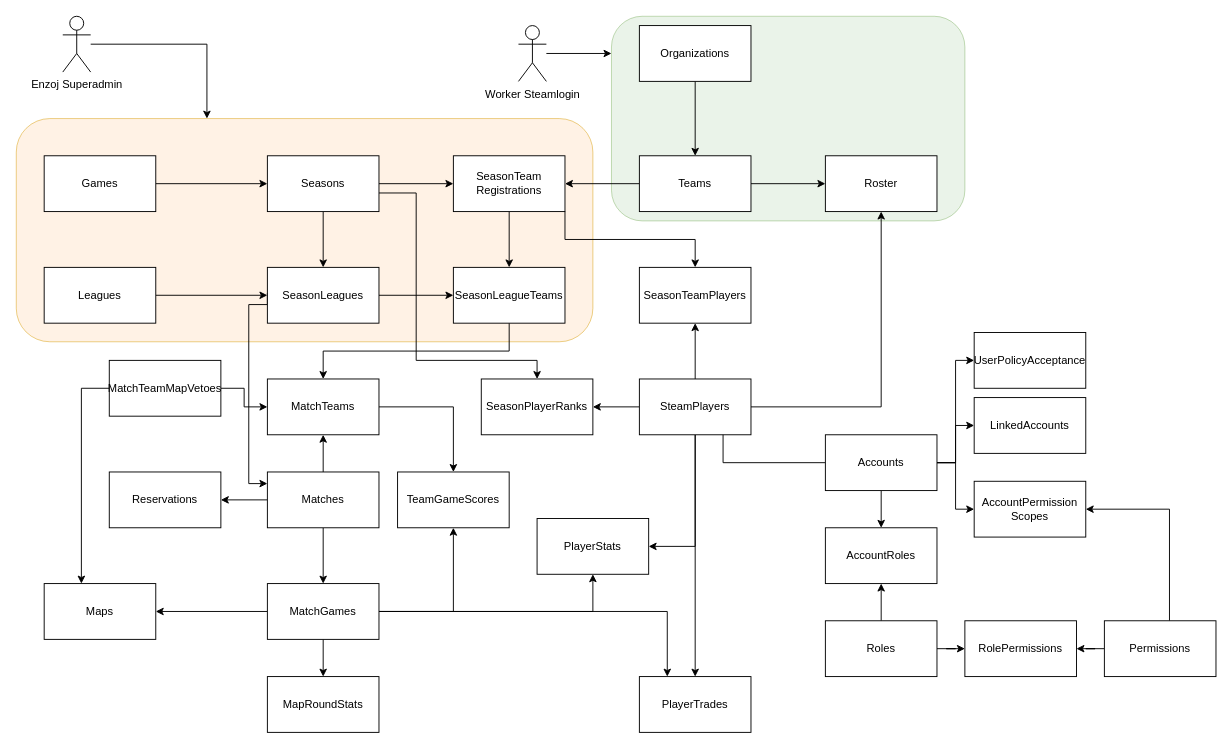
Above: docs/kanastats.drawio in sebazai/eggosystem (draw.io), before the change. Source tidied: cells renumbered, new cells numbered last; positions are measured from the earlier drawing's top-left corner, leaving out a move shared by most shapes. Both pictures are drawn from the tidied source at 93%, with x=0, y=0 at pixel (16, 16).
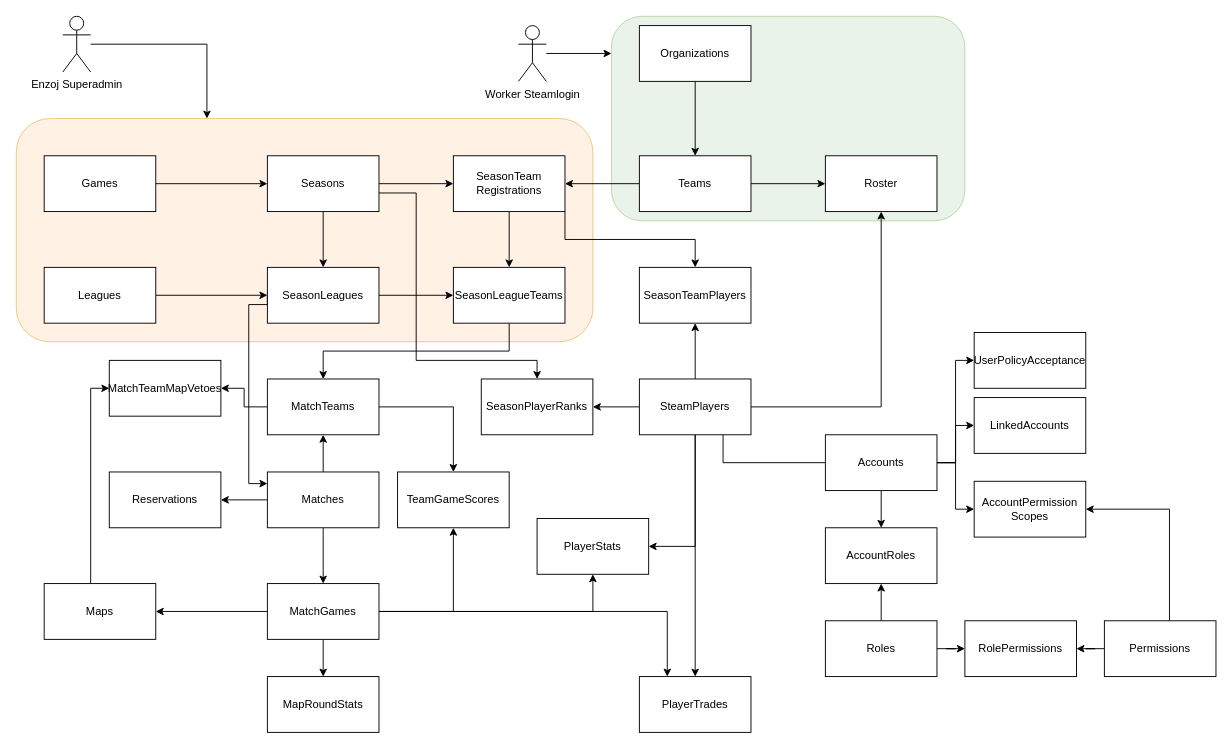
The same diagram, later.

Unchanged cells that the change refers to:
```xml
<mxCell id="42" value="MatchTeams" style="rounded=0;whiteSpace=wrap;html=1;" parent="1" vertex="1">
  <mxGeometry x="270" y="390" width="120" height="60" as="geometry" />
</mxCell>
<mxCell id="51" value="MatchTeamMapVetoes" style="rounded=0;whiteSpace=wrap;html=1;" parent="1" vertex="1">
  <mxGeometry x="100" y="370" width="120" height="60" as="geometry" />
</mxCell>
<mxCell id="52" value="Maps" style="rounded=0;whiteSpace=wrap;html=1;" parent="1" vertex="1">
  <mxGeometry x="30" y="610" width="120" height="60" as="geometry" />
</mxCell>
```

What changed in the source:
```diff
@@
+    <mxCell id="76" style="edgeStyle=orthogonalEdgeStyle;rounded=0;jettySize=auto;html=1;" parent="1" edge="1" source="42" target="51">
+      <mxGeometry relative="1" as="geometry" />
+    </mxCell>
@@
-    <mxCell id="49" style="edgeStyle=orthogonalEdgeStyle;rounded=0;jettySize=auto;html=1;" parent="1" edge="1" source="51" target="52">
-      <mxGeometry relative="1" as="geometry">
-        <Array as="points">
-          <mxPoint x="70" y="400" />
-        </Array>
-      </mxGeometry>
-    </mxCell>
-    <mxCell id="50" style="edgeStyle=orthogonalEdgeStyle;rounded=0;jettySize=auto;html=1;entryX=0;entryY=0.5;entryDx=0;entryDy=0;" parent="1" edge="1" source="51" target="42">
-      <mxGeometry relative="1" as="geometry" />
-    </mxCell>
@@
+    <mxCell id="77" style="edgeStyle=orthogonalEdgeStyle;rounded=0;jettySize=auto;html=1;entryX=0;entryY=0.5;entryDx=0;entryDy=0;" parent="1" edge="1" source="52" target="51">
+      <mxGeometry relative="1" as="geometry">
+        <Array as="points">
+          <mxPoint x="80" y="400" />
+        </Array>
+      </mxGeometry>
+    </mxCell>
```
